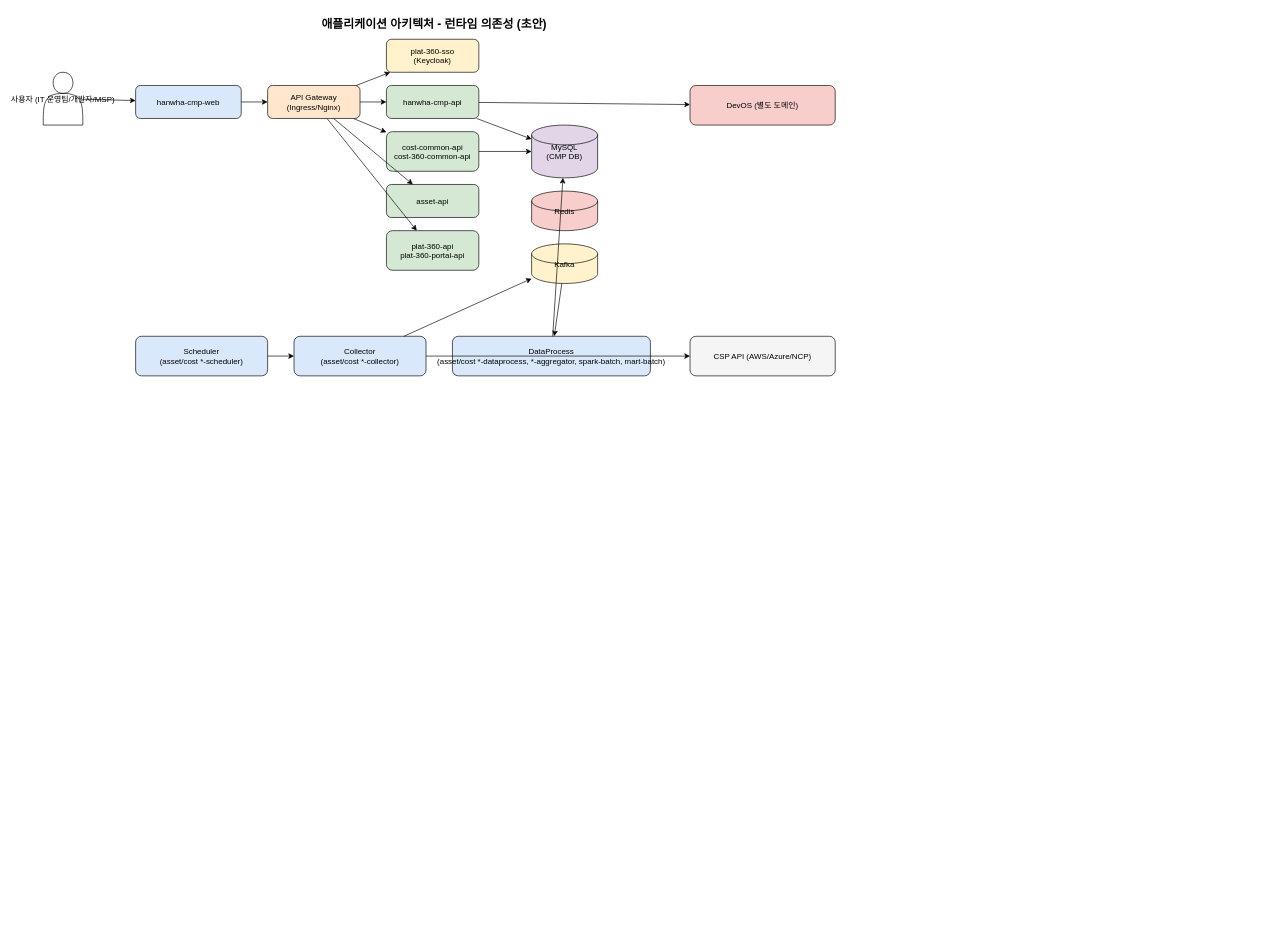
The draw.io diagram architecture/application.drawio in KimD0ngJoon/my-test-repository, before the edit. Source tidied: cells renumbered, new cells numbered last; positions are measured from the earlier drawing's top-left corner, leaving out a move shared by most shapes. Both pictures are drawn from the tidied source at 66%, with x=0, y=0 at pixel (43, 13).
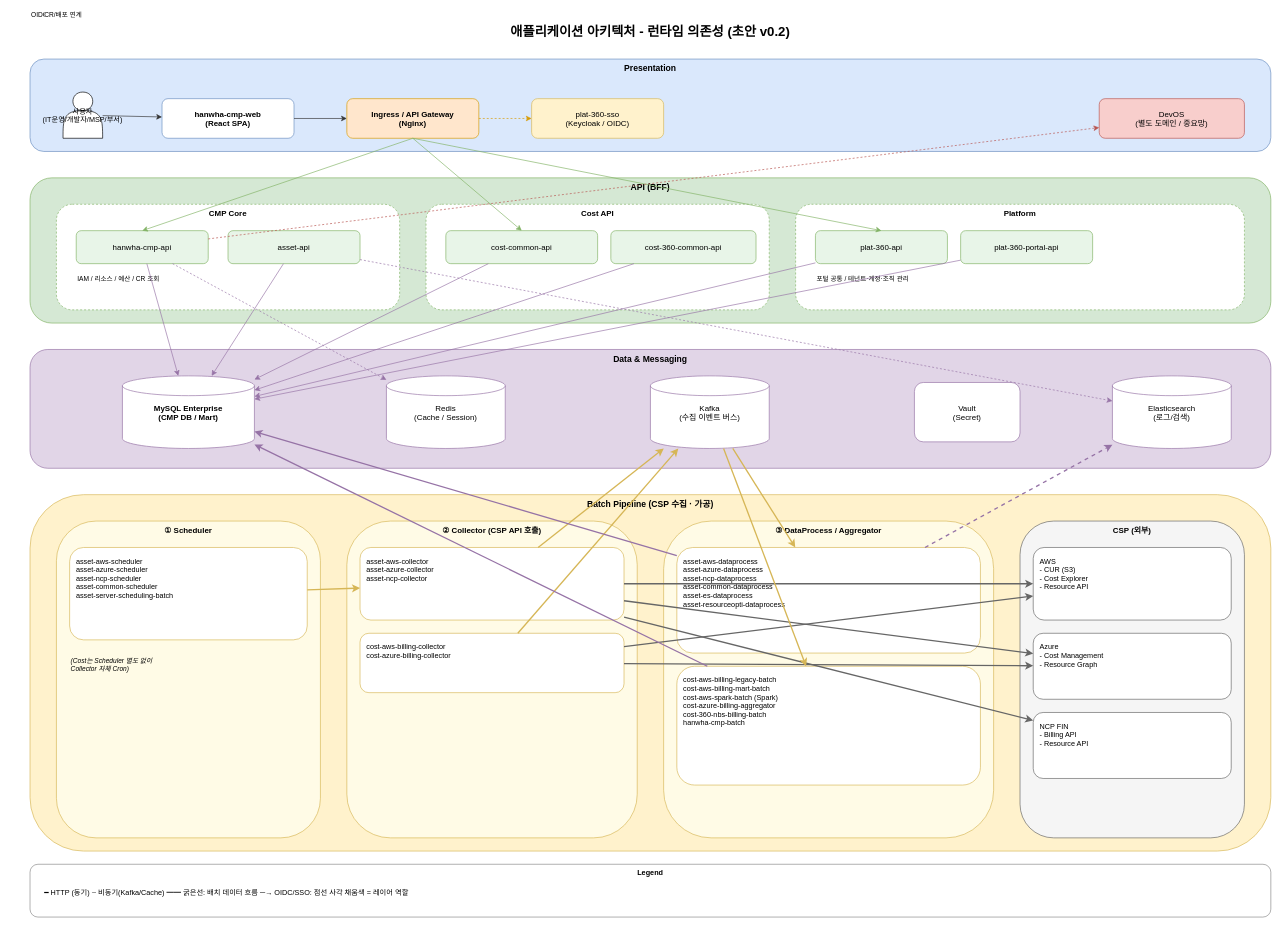
After the change.

Commit message:
fix: application.drawio 레이아웃 전면 재작업 v0.2 (레이어 분리/스윔레인/엣지 정리)

Change to the diagram source:
```diff
@@
-    <mxCell id="2" value="애플리케이션 아키텍처 - 런타임 의존성 (초안)" style="text;fontSize=18;fontStyle=1;" parent="1" vertex="1">
-      <mxGeometry x="420" width="600" height="30" as="geometry" />
-    </mxCell>
+    <mxCell id="34" value="애플리케이션 아키텍처 - 런타임 의존성 (초안 v0.2)" style="text;fontSize=20;fontStyle=1;align=center;" parent="1" vertex="1">
+      <mxGeometry x="520" y="10" width="800" height="30" as="geometry" />
+    </mxCell>
+    <mxCell id="35" value="Presentation" style="rounded=1;fillColor=#dae8fc;strokeColor=#6c8ebf;verticalAlign=top;fontStyle=1;fontSize=13;" parent="1" vertex="1">
+      <mxGeometry x="-20" y="70" width="1880" height="140" as="geometry" />
+    </mxCell>
-    <mxCell id="3" value="사용자 (IT 운영팀/개발자/MSP)" style="shape=actor;" parent="1" vertex="1">
-      <mxGeometry y="90" width="60" height="80" as="geometry" />
+    <mxCell id="3" value="사용자&#10;(IT운영/개발자/MSP/부서)" style="shape=actor;fontSize=11;" parent="1" vertex="1">
+      <mxGeometry x="30" y="120" width="60" height="70" as="geometry" />
     </mxCell>
-    <mxCell id="4" value="hanwha-cmp-web" style="rounded=1;fillColor=#dae8fc;" parent="1" vertex="1">
-      <mxGeometry x="140" y="110" width="160" height="50" as="geometry" />
+    <mxCell id="4" value="hanwha-cmp-web&#10;(React SPA)" style="rounded=1;fillColor=#ffffff;strokeColor=#6c8ebf;fontSize=12;fontStyle=1;" parent="1" vertex="1">
+      <mxGeometry x="180" y="130" width="200" height="60" as="geometry" />
     </mxCell>
-    <mxCell id="5" value="API Gateway&#10;(Ingress/Nginx)" style="rounded=1;fillColor=#ffe6cc;" parent="1" vertex="1">
-      <mxGeometry x="340" y="110" width="140" height="50" as="geometry" />
+    <mxCell id="5" value="Ingress / API Gateway&#10;(Nginx)" style="rounded=1;fillColor=#ffe6cc;strokeColor=#d79b00;fontSize=12;fontStyle=1;" parent="1" vertex="1">
+      <mxGeometry x="460" y="130" width="200" height="60" as="geometry" />
     </mxCell>
-    <mxCell id="6" value="plat-360-sso&#10;(Keycloak)" style="rounded=1;fillColor=#fff2cc;" parent="1" vertex="1">
-      <mxGeometry x="520" y="40" width="140" height="50" as="geometry" />
+    <mxCell id="6" value="plat-360-sso&#10;(Keycloak / OIDC)" style="rounded=1;fillColor=#fff2cc;strokeColor=#d6b656;fontSize=12;" parent="1" vertex="1">
+      <mxGeometry x="740" y="130" width="200" height="60" as="geometry" />
     </mxCell>
+    <mxCell id="18" value="DevOS&#10;(별도 도메인 / 중요망)" style="rounded=1;fillColor=#f8cecc;strokeColor=#b85450;fontSize=12;" parent="1" vertex="1">
+      <mxGeometry x="1600" y="130" width="220" height="60" as="geometry" />
+    </mxCell>
+    <mxCell id="36" value="API (BFF)" style="rounded=1;fillColor=#d5e8d4;strokeColor=#82b366;verticalAlign=top;fontStyle=1;fontSize=13;" parent="1" vertex="1">
+      <mxGeometry x="-20" y="250" width="1880" height="220" as="geometry" />
+    </mxCell>
+    <mxCell id="37" value="CMP Core" style="rounded=1;fillColor=#ffffff;strokeColor=#82b366;verticalAlign=top;fontSize=12;fontStyle=1;dashed=1;" parent="1" vertex="1">
+      <mxGeometry x="20" y="290" width="520" height="160" as="geometry" />
+    </mxCell>
-    <mxCell id="7" value="hanwha-cmp-api" style="rounded=1;fillColor=#d5e8d4;" parent="1" vertex="1">
-      <mxGeometry x="520" y="110" width="140" height="50" as="geometry" />
+    <mxCell id="7" value="hanwha-cmp-api" style="rounded=1;fillColor=#e8f5e8;strokeColor=#82b366;fontSize=12;" parent="1" vertex="1">
+      <mxGeometry x="50" y="330" width="200" height="50" as="geometry" />
     </mxCell>
+    <mxCell id="9" value="asset-api" style="rounded=1;fillColor=#e8f5e8;strokeColor=#82b366;fontSize=12;" parent="1" vertex="1">
+      <mxGeometry x="280" y="330" width="200" height="50" as="geometry" />
+    </mxCell>
+    <mxCell id="38" value="IAM / 리소스 / 예산 / CR 조회" style="text;fontSize=10;align=left;" parent="1" vertex="1">
+      <mxGeometry x="50" y="390" width="430" height="20" as="geometry" />
+    </mxCell>
+    <mxCell id="39" value="Cost API" style="rounded=1;fillColor=#ffffff;strokeColor=#82b366;verticalAlign=top;fontSize=12;fontStyle=1;dashed=1;" parent="1" vertex="1">
+      <mxGeometry x="580" y="290" width="520" height="160" as="geometry" />
+    </mxCell>
-    <mxCell id="8" value="cost-common-api&#10;cost-360-common-api" style="rounded=1;fillColor=#d5e8d4;" parent="1" vertex="1">
-      <mxGeometry x="520" y="180" width="140" height="60" as="geometry" />
+    <mxCell id="8" value="cost-common-api" style="rounded=1;fillColor=#e8f5e8;strokeColor=#82b366;fontSize=12;" parent="1" vertex="1">
+      <mxGeometry x="610" y="330" width="230" height="50" as="geometry" />
     </mxCell>
-    <mxCell id="9" value="asset-api" style="rounded=1;fillColor=#d5e8d4;" parent="1" vertex="1">
-      <mxGeometry x="520" y="260" width="140" height="50" as="geometry" />
-    </mxCell>
+    <mxCell id="40" value="cost-360-common-api" style="rounded=1;fillColor=#e8f5e8;strokeColor=#82b366;fontSize=12;" parent="1" vertex="1">
+      <mxGeometry x="860" y="330" width="220" height="50" as="geometry" />
+    </mxCell>
+    <mxCell id="41" value="Platform" style="rounded=1;fillColor=#ffffff;strokeColor=#82b366;verticalAlign=top;fontSize=12;fontStyle=1;dashed=1;" parent="1" vertex="1">
+      <mxGeometry x="1140" y="290" width="680" height="160" as="geometry" />
+    </mxCell>
-    <mxCell id="10" value="plat-360-api&#10;plat-360-portal-api" style="rounded=1;fillColor=#d5e8d4;" parent="1" vertex="1">
-      <mxGeometry x="520" y="330" width="140" height="60" as="geometry" />
+    <mxCell id="10" value="plat-360-api" style="rounded=1;fillColor=#e8f5e8;strokeColor=#82b366;fontSize=12;" parent="1" vertex="1">
+      <mxGeometry x="1170" y="330" width="200" height="50" as="geometry" />
     </mxCell>
+    <mxCell id="42" value="plat-360-portal-api" style="rounded=1;fillColor=#e8f5e8;strokeColor=#82b366;fontSize=12;" parent="1" vertex="1">
+      <mxGeometry x="1390" y="330" width="200" height="50" as="geometry" />
+    </mxCell>
+    <mxCell id="43" value="포털 공통 / 테넌트·계정·조직 관리" style="text;fontSize=10;align=left;" parent="1" vertex="1">
+      <mxGeometry x="1170" y="390" width="420" height="20" as="geometry" />
+    </mxCell>
+    <mxCell id="44" value="Data &amp; Messaging" style="rounded=1;fillColor=#e1d5e7;strokeColor=#9673a6;verticalAlign=top;fontStyle=1;fontSize=13;" parent="1" vertex="1">
+      <mxGeometry x="-20" y="510" width="1880" height="180" as="geometry" />
+    </mxCell>
-    <mxCell id="11" value="MySQL&#10;(CMP DB)" style="shape=cylinder3;fillColor=#e1d5e7;" parent="1" vertex="1">
-      <mxGeometry x="740" y="170" width="100" height="80" as="geometry" />
+    <mxCell id="11" value="MySQL Enterprise&#10;(CMP DB / Mart)" style="shape=cylinder3;fillColor=#ffffff;strokeColor=#9673a6;fontSize=12;fontStyle=1;" parent="1" vertex="1">
+      <mxGeometry x="120" y="550" width="200" height="110" as="geometry" />
     </mxCell>
-    <mxCell id="12" value="Redis" style="shape=cylinder3;fillColor=#f8cecc;" parent="1" vertex="1">
-      <mxGeometry x="740" y="270" width="100" height="60" as="geometry" />
+    <mxCell id="12" value="Redis&#10;(Cache / Session)" style="shape=cylinder3;fillColor=#ffffff;strokeColor=#9673a6;fontSize=12;" parent="1" vertex="1">
+      <mxGeometry x="520" y="550" width="180" height="110" as="geometry" />
     </mxCell>
-    <mxCell id="13" value="Kafka" style="shape=cylinder3;fillColor=#fff2cc;" parent="1" vertex="1">
-      <mxGeometry x="740" y="350" width="100" height="60" as="geometry" />
+    <mxCell id="13" value="Kafka&#10;(수집 이벤트 버스)" style="shape=cylinder3;fillColor=#ffffff;strokeColor=#9673a6;fontSize=12;" parent="1" vertex="1">
+      <mxGeometry x="920" y="550" width="180" height="110" as="geometry" />
     </mxCell>
-    <mxCell id="14" value="Scheduler&#10;(asset/cost *-scheduler)" style="rounded=1;fillColor=#dae8fc;" parent="1" vertex="1">
-      <mxGeometry x="140" y="490" width="200" height="60" as="geometry" />
-    </mxCell>
-    <mxCell id="15" value="Collector&#10;(asset/cost *-collector)" style="rounded=1;fillColor=#dae8fc;" parent="1" vertex="1">
-      <mxGeometry x="380" y="490" width="200" height="60" as="geometry" />
-    </mxCell>
-    <mxCell id="16" value="DataProcess&#10;(asset/cost *-dataprocess, *-aggregator, spark-batch, mart-batch)" style="rounded=1;fillColor=#dae8fc;" parent="1" vertex="1">
-      <mxGeometry x="620" y="490" width="300" height="60" as="geometry" />
-    </mxCell>
-    <mxCell id="17" value="CSP API (AWS/Azure/NCP)" style="rounded=1;fillColor=#f5f5f5;" parent="1" vertex="1">
-      <mxGeometry x="980" y="490" width="220" height="60" as="geometry" />
-    </mxCell>
-    <mxCell id="18" value="DevOS (별도 도메인)" style="rounded=1;fillColor=#f8cecc;" parent="1" vertex="1">
-      <mxGeometry x="980" y="110" width="220" height="60" as="geometry" />
-    </mxCell>
+    <mxCell id="45" value="Vault&#10;(Secret)" style="rounded=1;fillColor=#ffffff;strokeColor=#9673a6;fontSize=12;" parent="1" vertex="1">
+      <mxGeometry x="1320" y="560" width="160" height="90" as="geometry" />
+    </mxCell>
+    <mxCell id="46" value="Elasticsearch&#10;(로그/검색)" style="shape=cylinder3;fillColor=#ffffff;strokeColor=#9673a6;fontSize=12;" parent="1" vertex="1">
+      <mxGeometry x="1620" y="550" width="180" height="110" as="geometry" />
+    </mxCell>
+    <mxCell id="47" value="Batch Pipeline (CSP 수집 · 가공)" style="rounded=1;fillColor=#fff2cc;strokeColor=#d6b656;verticalAlign=top;fontStyle=1;fontSize=13;" parent="1" vertex="1">
+      <mxGeometry x="-20" y="730" width="1880" height="540" as="geometry" />
+    </mxCell>
+    <mxCell id="48" value="① Scheduler" style="rounded=1;fillColor=#fffbe6;strokeColor=#d6b656;verticalAlign=top;fontStyle=1;fontSize=12;" parent="1" vertex="1">
+      <mxGeometry x="20" y="770" width="400" height="480" as="geometry" />
+    </mxCell>
+    <mxCell id="49" value="asset-aws-scheduler&#10;asset-azure-scheduler&#10;asset-ncp-scheduler&#10;asset-common-scheduler&#10;asset-server-scheduling-batch" style="rounded=1;fillColor=#ffffff;strokeColor=#d6b656;fontSize=11;align=left;spacingLeft=8;verticalAlign=top;spacingTop=8;" parent="1" vertex="1">
+      <mxGeometry x="40" y="810" width="360" height="140" as="geometry" />
+    </mxCell>
+    <mxCell id="50" value="(Cost는 Scheduler 별도 없이&#10; Collector 자체 Cron)" style="text;fontSize=10;fontStyle=2;align=left;" parent="1" vertex="1">
+      <mxGeometry x="40" y="970" width="360" height="40" as="geometry" />
+    </mxCell>
+    <mxCell id="51" value="② Collector (CSP API 호출)" style="rounded=1;fillColor=#fffbe6;strokeColor=#d6b656;verticalAlign=top;fontStyle=1;fontSize=12;" parent="1" vertex="1">
+      <mxGeometry x="460" y="770" width="440" height="480" as="geometry" />
+    </mxCell>
+    <mxCell id="52" value="asset-aws-collector&#10;asset-azure-collector&#10;asset-ncp-collector" style="rounded=1;fillColor=#ffffff;strokeColor=#d6b656;fontSize=11;align=left;spacingLeft=8;verticalAlign=top;spacingTop=8;" parent="1" vertex="1">
+      <mxGeometry x="480" y="810" width="400" height="110" as="geometry" />
+    </mxCell>
+    <mxCell id="53" value="cost-aws-billing-collector&#10;cost-azure-billing-collector" style="rounded=1;fillColor=#ffffff;strokeColor=#d6b656;fontSize=11;align=left;spacingLeft=8;verticalAlign=top;spacingTop=8;" parent="1" vertex="1">
+      <mxGeometry x="480" y="940" width="400" height="90" as="geometry" />
+    </mxCell>
+    <mxCell id="54" value="③ DataProcess / Aggregator" style="rounded=1;fillColor=#fffbe6;strokeColor=#d6b656;verticalAlign=top;fontStyle=1;fontSize=12;" parent="1" vertex="1">
+      <mxGeometry x="940" y="770" width="500" height="480" as="geometry" />
+    </mxCell>
+    <mxCell id="55" value="asset-aws-dataprocess&#10;asset-azure-dataprocess&#10;asset-ncp-dataprocess&#10;asset-common-dataprocess&#10;asset-es-dataprocess&#10;asset-resourceopti-dataprocess" style="rounded=1;fillColor=#ffffff;strokeColor=#d6b656;fontSize=11;align=left;spacingLeft=8;verticalAlign=top;spacingTop=8;" parent="1" vertex="1">
+      <mxGeometry x="960" y="810" width="460" height="160" as="geometry" />
+    </mxCell>
+    <mxCell id="56" value="cost-aws-billing-legacy-batch&#10;cost-aws-billing-mart-batch&#10;cost-aws-spark-batch (Spark)&#10;cost-azure-billing-aggregator&#10;cost-360-nbs-billing-batch&#10;hanwha-cmp-batch" style="rounded=1;fillColor=#ffffff;strokeColor=#d6b656;fontSize=11;align=left;spacingLeft=8;verticalAlign=top;spacingTop=8;" parent="1" vertex="1">
+      <mxGeometry x="960" y="990" width="460" height="180" as="geometry" />
+    </mxCell>
+    <mxCell id="57" value="CSP (외부)" style="rounded=1;fillColor=#f5f5f5;strokeColor=#666666;verticalAlign=top;fontStyle=1;fontSize=12;" parent="1" vertex="1">
+      <mxGeometry x="1480" y="770" width="340" height="480" as="geometry" />
+    </mxCell>
+    <mxCell id="58" value="AWS&#10;- CUR (S3)&#10;- Cost Explorer&#10;- Resource API" style="rounded=1;fillColor=#ffffff;strokeColor=#666666;fontSize=11;align=left;spacingLeft=8;verticalAlign=top;spacingTop=8;" parent="1" vertex="1">
+      <mxGeometry x="1500" y="810" width="300" height="110" as="geometry" />
+    </mxCell>
+    <mxCell id="59" value="Azure&#10;- Cost Management&#10;- Resource Graph" style="rounded=1;fillColor=#ffffff;strokeColor=#666666;fontSize=11;align=left;spacingLeft=8;verticalAlign=top;spacingTop=8;" parent="1" vertex="1">
+      <mxGeometry x="1500" y="940" width="300" height="100" as="geometry" />
+    </mxCell>
+    <mxCell id="60" value="NCP FIN&#10;- Billing API&#10;- Resource API" style="rounded=1;fillColor=#ffffff;strokeColor=#666666;fontSize=11;align=left;spacingLeft=8;verticalAlign=top;spacingTop=8;" parent="1" vertex="1">
+      <mxGeometry x="1500" y="1060" width="300" height="100" as="geometry" />
+    </mxCell>
-    <mxCell id="19" style="endArrow=classic;" parent="1" edge="1" source="3" target="4">
+    <mxCell id="19" style="endArrow=classic;html=1;strokeColor=#333333;" parent="1" edge="1" source="3" target="4">
       <mxGeometry relative="1" as="geometry" />
     </mxCell>
-    <mxCell id="20" style="endArrow=classic;" parent="1" edge="1" source="4" target="5">
+    <mxCell id="20" style="endArrow=classic;html=1;strokeColor=#333333;" parent="1" edge="1" source="4" target="5">
       <mxGeometry relative="1" as="geometry" />
     </mxCell>
-    <mxCell id="21" style="endArrow=classic;" parent="1" edge="1" source="5" target="6">
+    <mxCell id="21" style="endArrow=classic;html=1;strokeColor=#d79b00;dashed=1;" parent="1" edge="1" source="5" target="6">
       <mxGeometry relative="1" as="geometry" />
     </mxCell>
+    <mxCell id="61" value="OIDC" style="edgeLabel;fontSize=10;" parent="1" vertex="1">
+      <mxGeometry relative="1" as="geometry">
+        <mxPoint x="-20" y="-10" as="offset" />
+      </mxGeometry>
+    </mxCell>
-    <mxCell id="22" style="endArrow=classic;" parent="1" edge="1" source="5" target="7">
+    <mxCell id="22" style="endArrow=classic;html=1;strokeColor=#82b366;exitX=0.5;exitY=1;entryX=0.5;entryY=0;" parent="1" edge="1" source="5" target="7">
       <mxGeometry relative="1" as="geometry" />
     </mxCell>
-    <mxCell id="23" style="endArrow=classic;" parent="1" edge="1" source="5" target="8">
+    <mxCell id="23" style="endArrow=classic;html=1;strokeColor=#82b366;exitX=0.5;exitY=1;entryX=0.5;entryY=0;" parent="1" edge="1" source="5" target="8">
       <mxGeometry relative="1" as="geometry" />
     </mxCell>
-    <mxCell id="24" style="endArrow=classic;" parent="1" edge="1" source="5" target="9">
-      <mxGeometry relative="1" as="geometry" />
-    </mxCell>
-    <mxCell id="25" style="endArrow=classic;" parent="1" edge="1" source="5" target="10">
+    <mxCell id="25" style="endArrow=classic;html=1;strokeColor=#82b366;exitX=0.5;exitY=1;entryX=0.5;entryY=0;" parent="1" edge="1" source="5" target="10">
       <mxGeometry relative="1" as="geometry" />
     </mxCell>
+    <mxCell id="28" style="endArrow=classic;html=1;strokeColor=#b85450;dashed=1;" parent="1" edge="1" source="7" target="18">
+      <mxGeometry relative="1" as="geometry" />
+    </mxCell>
+    <mxCell id="62" value="CR/배포 연계" style="edgeLabel;fontSize=10;" parent="1" vertex="1">
+      <mxGeometry relative="1" as="geometry">
+        <mxPoint y="-10" as="offset" />
+      </mxGeometry>
+    </mxCell>
-    <mxCell id="26" style="endArrow=classic;" parent="1" edge="1" source="7" target="11">
+    <mxCell id="26" style="endArrow=classic;html=1;strokeColor=#9673a6;" parent="1" edge="1" source="7" target="11">
       <mxGeometry relative="1" as="geometry" />
     </mxCell>
+    <mxCell id="63" style="endArrow=classic;html=1;strokeColor=#9673a6;" parent="1" edge="1" source="9" target="11">
+      <mxGeometry relative="1" as="geometry" />
+    </mxCell>
-    <mxCell id="27" style="endArrow=classic;" parent="1" edge="1" source="8" target="11">
+    <mxCell id="27" style="endArrow=classic;html=1;strokeColor=#9673a6;" parent="1" edge="1" source="8" target="11">
       <mxGeometry relative="1" as="geometry" />
     </mxCell>
-    <mxCell id="28" style="endArrow=classic;" parent="1" edge="1" source="7" target="18">
-      <mxGeometry relative="1" as="geometry" />
-    </mxCell>
-    <mxCell id="29" style="endArrow=classic;" parent="1" edge="1" source="14" target="15">
-      <mxGeometry relative="1" as="geometry" />
-    </mxCell>
-    <mxCell id="30" style="endArrow=classic;" parent="1" edge="1" source="15" target="17">
-      <mxGeometry relative="1" as="geometry" />
-    </mxCell>
-    <mxCell id="31" style="endArrow=classic;" parent="1" edge="1" source="15" target="13">
-      <mxGeometry relative="1" as="geometry" />
-    </mxCell>
-    <mxCell id="32" style="endArrow=classic;" parent="1" edge="1" source="13" target="16">
-      <mxGeometry relative="1" as="geometry" />
-    </mxCell>
-    <mxCell id="33" style="endArrow=classic;" parent="1" edge="1" source="16" target="11">
-      <mxGeometry relative="1" as="geometry" />
-    </mxCell>
+    <mxCell id="64" style="endArrow=classic;html=1;strokeColor=#9673a6;" parent="1" edge="1" source="40" target="11">
+      <mxGeometry relative="1" as="geometry" />
+    </mxCell>
+    <mxCell id="65" style="endArrow=classic;html=1;strokeColor=#9673a6;" parent="1" edge="1" source="10" target="11">
+      <mxGeometry relative="1" as="geometry" />
+    </mxCell>
+    <mxCell id="66" style="endArrow=classic;html=1;strokeColor=#9673a6;" parent="1" edge="1" source="42" target="11">
+      <mxGeometry relative="1" as="geometry" />
+    </mxCell>
+    <mxCell id="67" style="endArrow=classic;html=1;strokeColor=#9673a6;dashed=1;" parent="1" edge="1" source="7" target="12">
+      <mxGeometry relative="1" as="geometry" />
+    </mxCell>
+    <mxCell id="68" style="endArrow=classic;html=1;strokeColor=#9673a6;dashed=1;" parent="1" edge="1" source="9" target="46">
+      <mxGeometry relative="1" as="geometry" />
+    </mxCell>
+    <mxCell id="69" style="endArrow=classic;html=1;strokeColor=#d6b656;strokeWidth=2;" parent="1" edge="1" source="49" target="52">
+      <mxGeometry relative="1" as="geometry" />
+    </mxCell>
+    <mxCell id="70" style="endArrow=classic;html=1;strokeColor=#666666;strokeWidth=2;" parent="1" edge="1" source="52" target="58">
+      <mxGeometry relative="1" as="geometry" />
+    </mxCell>
+    <mxCell id="71" style="endArrow=classic;html=1;strokeColor=#666666;strokeWidth=2;" parent="1" edge="1" source="52" target="59">
+      <mxGeometry relative="1" as="geometry" />
+    </mxCell>
+    <mxCell id="72" style="endArrow=classic;html=1;strokeColor=#666666;strokeWidth=2;" parent="1" edge="1" source="52" target="60">
+      <mxGeometry relative="1" as="geometry" />
+    </mxCell>
+    <mxCell id="73" style="endArrow=classic;html=1;strokeColor=#666666;strokeWidth=2;" parent="1" edge="1" source="53" target="58">
+      <mxGeometry relative="1" as="geometry" />
+    </mxCell>
+    <mxCell id="74" style="endArrow=classic;html=1;strokeColor=#666666;strokeWidth=2;" parent="1" edge="1" source="53" target="59">
+      <mxGeometry relative="1" as="geometry" />
+    </mxCell>
+    <mxCell id="75" style="endArrow=classic;html=1;strokeColor=#d6b656;strokeWidth=2;" parent="1" edge="1" source="52" target="13">
+      <mxGeometry relative="1" as="geometry" />
+    </mxCell>
+    <mxCell id="76" style="endArrow=classic;html=1;strokeColor=#d6b656;strokeWidth=2;" parent="1" edge="1" source="53" target="13">
+      <mxGeometry relative="1" as="geometry" />
+    </mxCell>
+    <mxCell id="77" style="endArrow=classic;html=1;strokeColor=#d6b656;strokeWidth=2;" parent="1" edge="1" source="13" target="55">
+      <mxGeometry relative="1" as="geometry" />
+    </mxCell>
+    <mxCell id="78" style="endArrow=classic;html=1;strokeColor=#d6b656;strokeWidth=2;" parent="1" edge="1" source="13" target="56">
+      <mxGeometry relative="1" as="geometry" />
+    </mxCell>
+    <mxCell id="79" style="endArrow=classic;html=1;strokeColor=#9673a6;strokeWidth=2;" parent="1" edge="1" source="55" target="11">
+      <mxGeometry relative="1" as="geometry" />
+    </mxCell>
+    <mxCell id="80" style="endArrow=classic;html=1;strokeColor=#9673a6;strokeWidth=2;" parent="1" edge="1" source="56" target="11">
+      <mxGeometry relative="1" as="geometry" />
+    </mxCell>
+    <mxCell id="81" style="endArrow=classic;html=1;strokeColor=#9673a6;strokeWidth=2;dashed=1;" parent="1" edge="1" source="55" target="46">
+      <mxGeometry relative="1" as="geometry" />
+    </mxCell>
+    <mxCell id="82" value="Legend" style="rounded=1;fillColor=#ffffff;strokeColor=#888888;verticalAlign=top;fontStyle=1;fontSize=11;" parent="1" vertex="1">
+      <mxGeometry x="-20" y="1290" width="1880" height="80" as="geometry" />
+    </mxCell>
+    <mxCell id="83" value="━  HTTP (동기)    ┈  비동기(Kafka/Cache)    ━━ 굵은선: 배치 데이터 흐름    ─→ OIDC/SSO: 점선    사각 채움색 = 레이어 역할" style="text;fontSize=11;align=left;" parent="1" vertex="1">
+      <mxGeometry y="1320" width="1840" height="30" as="geometry" />
+    </mxCell>
```
